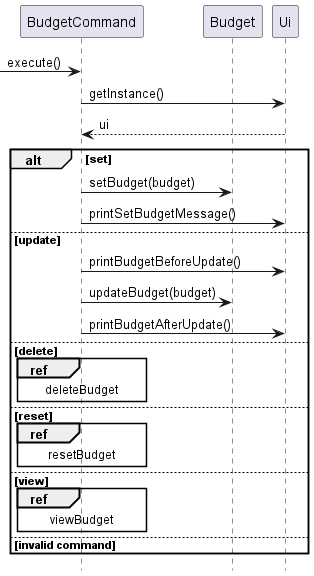
Before: docs/images/Budget.png, a diagram exported from PlantUML (nus-cs2113-AY2324S1/tp).
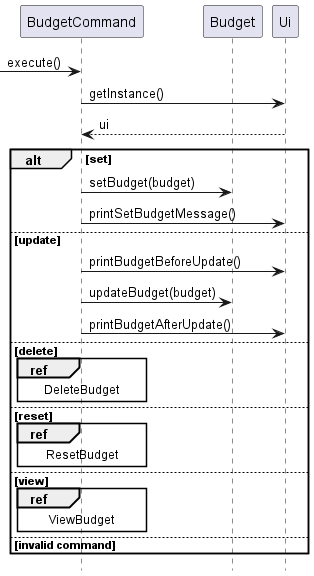
Later version of the same file.

Change to the diagram source:
```diff
@@ -16,11 +16,11 @@
     BudgetCommand -> Budget: updateBudget(budget)
     BudgetCommand -> Ui: printBudgetAfterUpdate()
 else delete
-    ref over BudgetCommand: deleteBudget
+    ref over BudgetCommand: DeleteBudget
 else reset
-    ref over BudgetCommand: resetBudget
+    ref over BudgetCommand: ResetBudget
 else view
-    ref over BudgetCommand: viewBudget
+    ref over BudgetCommand: ViewBudget
 else invalid command
 end
 
```
